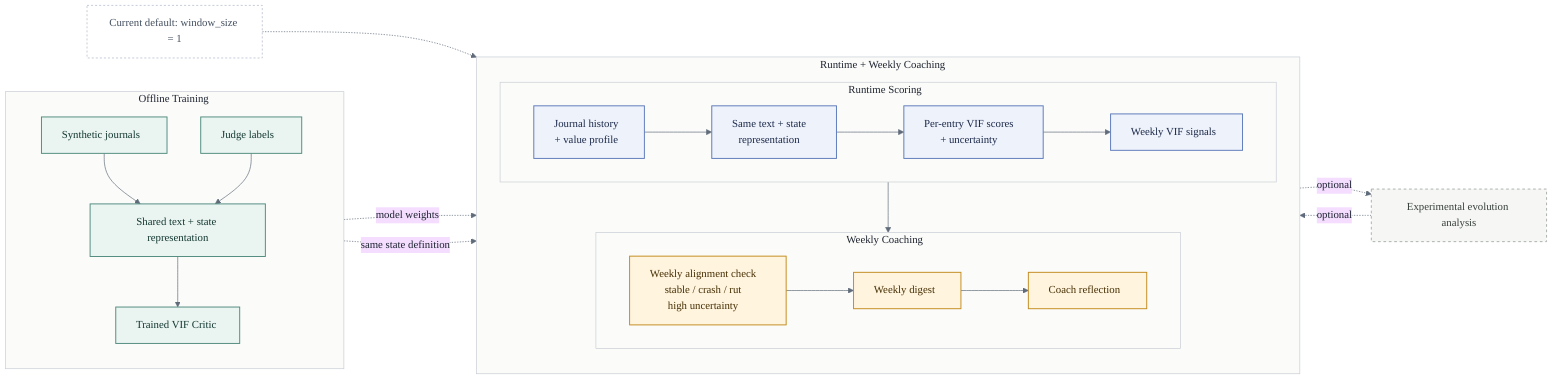
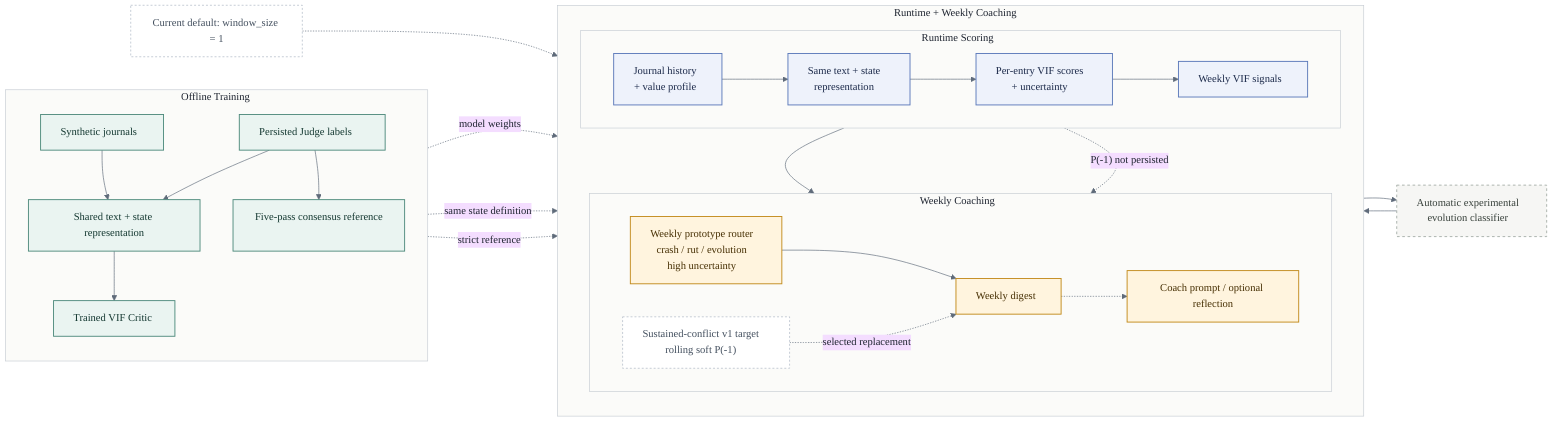
%%{init: {
  'theme': 'base',
  'themeVariables': {
    'fontFamily': 'Aptos, Calibri, Arial, sans-serif',
    'background': '#FFFFFF',
    'lineColor': '#5F6B7A',
    'primaryTextColor': '#1E2430',
    'secondaryTextColor': '#1E2430',
    'tertiaryTextColor': '#1E2430',
    'clusterBkg': '#FBFBF9',
    'clusterBorder': '#C7CDD4'
  }
}}%%
flowchart LR
    classDef offline fill:#EAF4F1,stroke:#4E8A7C,color:#143831,stroke-width:1.4px;
    classDef runtime fill:#EEF2FB,stroke:#5A78B9,color:#1C2A4A,stroke-width:1.4px;
    classDef coach fill:#FFF4DE,stroke:#C28A1B,color:#473004,stroke-width:1.4px;
    classDef optional fill:#F6F6F4,stroke:#9AA39D,color:#38413B,stroke-dasharray: 4 4,stroke-width:1.2px;
    classDef note fill:#FFFFFF,stroke:#AAB4C2,color:#44505F,stroke-dasharray: 3 3;

    subgraph offline_lane["Offline Training"]
        direction TB
        synth["Synthetic journals"]
-         labels["Judge labels"]
+         labels["Persisted Judge labels"]
+         consensus["Five-pass consensus reference"]
        shared_train["Shared text + state representation"]
        critic_model["Trained VIF Critic"]
        synth --> shared_train --> critic_model
        labels --> shared_train
+         labels --> consensus
    end

    subgraph product_lane["Runtime + Weekly Coaching"]
        direction TB
        subgraph runtime_lane["Runtime Scoring"]
            direction LR
            history["Journal history<br/>+ value profile"]
            shared_runtime["Same text + state<br/>representation"]
            entry_scores["Per-entry VIF scores<br/>+ uncertainty"]
            weekly["Weekly VIF signals"]
            history --> shared_runtime --> entry_scores --> weekly
        end
        subgraph coach_lane["Weekly Coaching"]
            direction LR
-             drift["Weekly alignment check<br/>stable / crash / rut<br/>high uncertainty"]
+             drift["Weekly prototype router<br/>crash / rut / evolution<br/>high uncertainty"]
+             drift_v1["Sustained-conflict v1 target<br/>rolling soft P(-1)"]
            digest["Weekly digest"]
-             coach["Coach reflection"]
-             drift --> digest --> coach
+             coach["Coach prompt / optional reflection"]
+             drift --> digest -.-> coach
        end
    end

    critic_model -. "model weights" .-> entry_scores
    shared_train -. "same state definition" .-> shared_runtime
    weekly --> drift
+     entry_scores -. "P(-1) not persisted" .-> drift_v1
+     consensus -. "strict reference" .-> drift_v1
+     drift_v1 -. "selected replacement" .-> digest

-     evolution["Experimental evolution analysis"]
-     weekly -. "optional" .-> evolution
-     evolution -. "optional" .-> drift
+     evolution["Automatic experimental<br/>evolution classifier"]
+     weekly --> evolution --> drift

    default_note["Current default: window_size = 1"]
    default_note -.-> shared_runtime

-     class synth,labels,shared_train,critic_model offline;
+     class synth,labels,consensus,shared_train,critic_model offline;
    class history,shared_runtime,entry_scores,weekly runtime;
    class drift,digest,coach coach;
    class evolution optional;
-     class default_note note;
+     class default_note,drift_v1 note;
